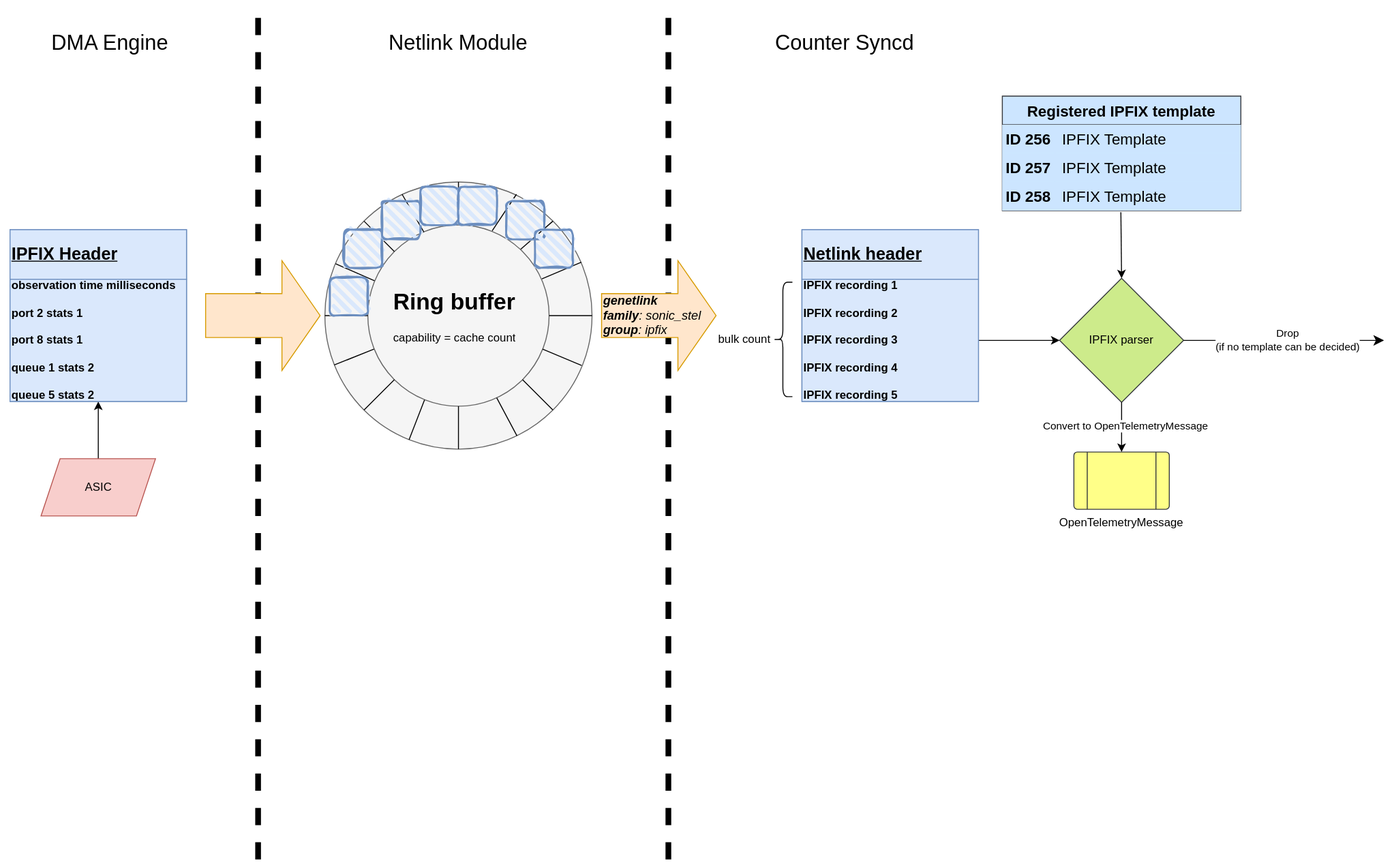
This is doc/high-frequency-telemetry/netlink_dma_channel.drawio.svg from sonic-net/SONiC, a draw.io export, as it was before one commit. Source tidied: cells renumbered, new cells last; positions are measured from the earlier drawing's top-left corner, leaving out a move shared by most shapes.
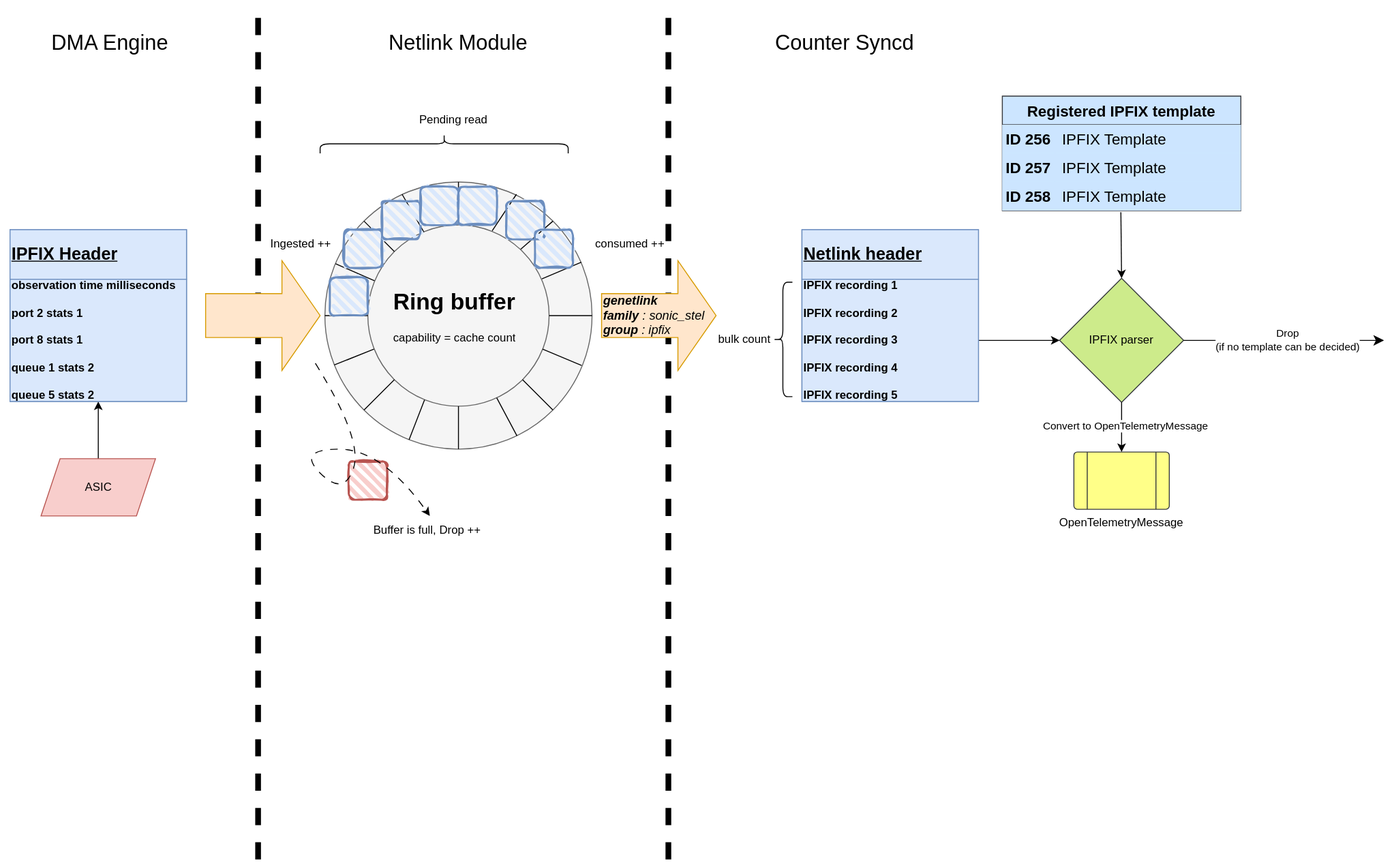
Above is the later version.

Commit message:
Enhance HFT document

What changed in the source:
```diff
@@ -210,5 +210,35 @@
     <mxCell id="67" value="&lt;span style=&quot;font-size: 12px;&quot;&gt;IPFIX recording 1&lt;/span&gt;&lt;div&gt;&lt;br&gt;&lt;div&gt;IPFIX recording 2&lt;span style=&quot;font-size: 12px;&quot;&gt;&lt;br&gt;&lt;/span&gt;&lt;/div&gt;&lt;div&gt;&lt;br&gt;&lt;/div&gt;&lt;div&gt;IPFIX recording 3&lt;br&gt;&lt;/div&gt;&lt;div&gt;&lt;br&gt;&lt;/div&gt;&lt;div&gt;IPFIX recording 4&lt;br&gt;&lt;/div&gt;&lt;div&gt;&lt;br&gt;&lt;/div&gt;&lt;div&gt;IPFIX recording 5&lt;br&gt;&lt;/div&gt;&lt;/div&gt;" style="strokeColor=#6c8ebf;fillColor=#dae8fc;align=left;whiteSpace=wrap;html=1;fontStyle=1;fontSize=12;" parent="66" vertex="1">
       <mxGeometry width="185" height="128" as="geometry" />
     </mxCell>
+    <mxCell id="68" style="rounded=1;whiteSpace=wrap;html=1;strokeWidth=2;fillWeight=4;hachureGap=8;hachureAngle=45;fillColor=#f8cecc;sketch=1;strokeColor=#b85450;" parent="1" vertex="1">
+      <mxGeometry x="365" y="483" width="40" height="40" as="geometry" />
+    </mxCell>
+    <mxCell id="69" style="curved=1;endArrow=classic;html=1;dashed=1;dashPattern=8 8;" parent="1" edge="1">
+      <mxGeometry relative="1" as="geometry">
+        <mxPoint x="330" y="380" as="sourcePoint" />
+        <mxPoint x="450" y="540" as="targetPoint" />
+        <Array as="points">
+          <mxPoint x="380" y="460" />
+          <mxPoint x="360" y="520" />
+          <mxPoint x="310" y="470" />
+          <mxPoint x="400" y="470" />
+        </Array>
+      </mxGeometry>
+    </mxCell>
+    <mxCell id="70" value="Buffer is full, Drop ++" style="text;html=1;align=center;verticalAlign=middle;whiteSpace=wrap;rounded=0;" parent="1" vertex="1">
+      <mxGeometry x="365" y="540" width="165" height="30" as="geometry" />
+    </mxCell>
+    <mxCell id="71" value="Ingested ++" style="text;html=1;align=center;verticalAlign=middle;whiteSpace=wrap;rounded=0;" parent="1" vertex="1">
+      <mxGeometry x="280" y="240" width="70" height="30" as="geometry" />
+    </mxCell>
+    <mxCell id="72" value="consumed ++" style="text;html=1;align=center;verticalAlign=middle;whiteSpace=wrap;rounded=0;" parent="1" vertex="1">
+      <mxGeometry x="620" y="240" width="80" height="30" as="geometry" />
+    </mxCell>
+    <mxCell id="73" value="Pending read" style="text;html=1;align=center;verticalAlign=middle;whiteSpace=wrap;rounded=0;" parent="1" vertex="1">
+      <mxGeometry x="430" y="110" width="90" height="30" as="geometry" />
+    </mxCell>
+    <mxCell id="74" style="shape=curlyBracket;whiteSpace=wrap;html=1;rounded=1;labelPosition=left;verticalLabelPosition=middle;align=right;verticalAlign=middle;rotation=90;" parent="1" vertex="1">
+      <mxGeometry x="455" y="20" width="20" height="260" as="geometry" />
+    </mxCell>
   </root>
 </mxGraphModel>
```
